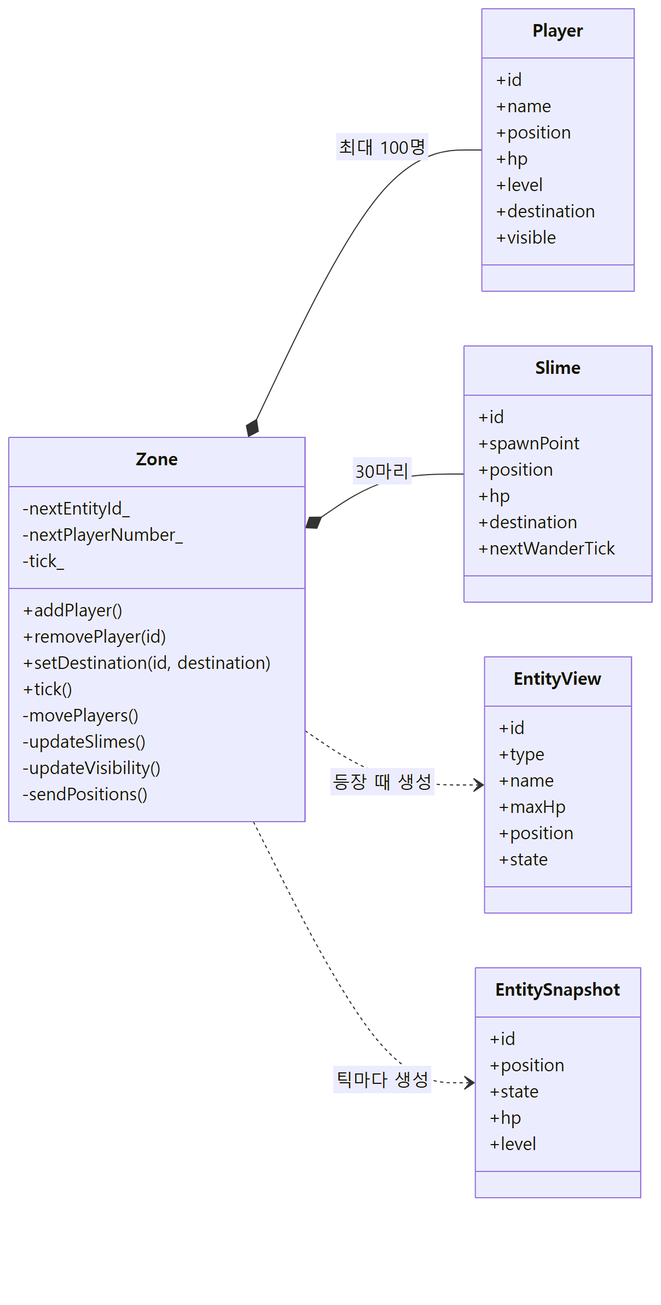
Dongs9/try_mmo_server keeps this Mermaid diagram as docs/diagrams/images/structure-zone.png. Above is the earlier version. Its source is kept beside it as docs/diagrams/src/structure-zone.mmd.
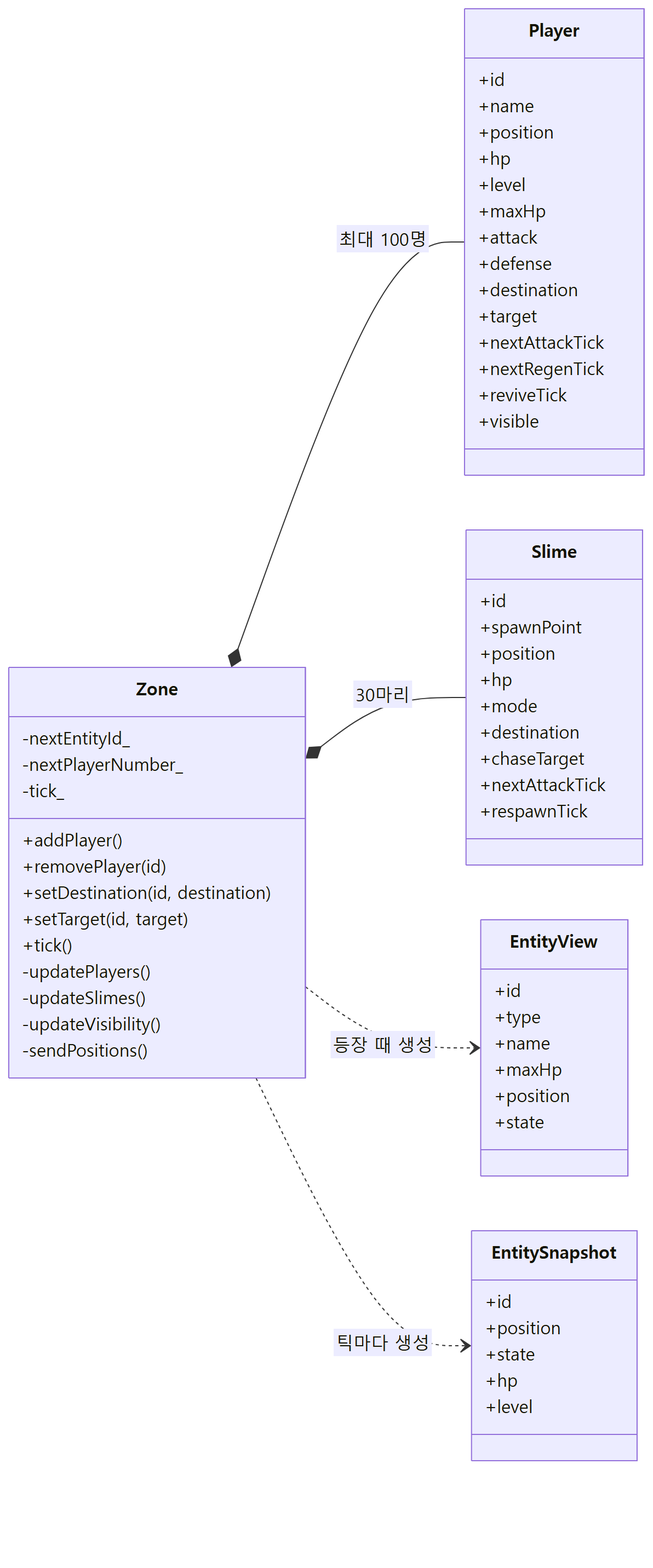
The same file after the commit.

What changed in the source:
```diff
@@ -8,8 +8,9 @@
         +addPlayer()
         +removePlayer(id)
         +setDestination(id, destination)
+        +setTarget(id, target)
         +tick()
-        -movePlayers()
+        -updatePlayers()
         -updateSlimes()
         -updateVisibility()
         -sendPositions()
@@ -20,7 +21,14 @@
         +position
         +hp
         +level
+        +maxHp
+        +attack
+        +defense
         +destination
+        +target
+        +nextAttackTick
+        +nextRegenTick
+        +reviveTick
         +visible
     }
     class Slime {
@@ -28,8 +36,11 @@
         +spawnPoint
         +position
         +hp
+        +mode
         +destination
-        +nextWanderTick
+        +chaseTarget
+        +nextAttackTick
+        +respawnTick
     }
     class EntityView {
         +id
```
